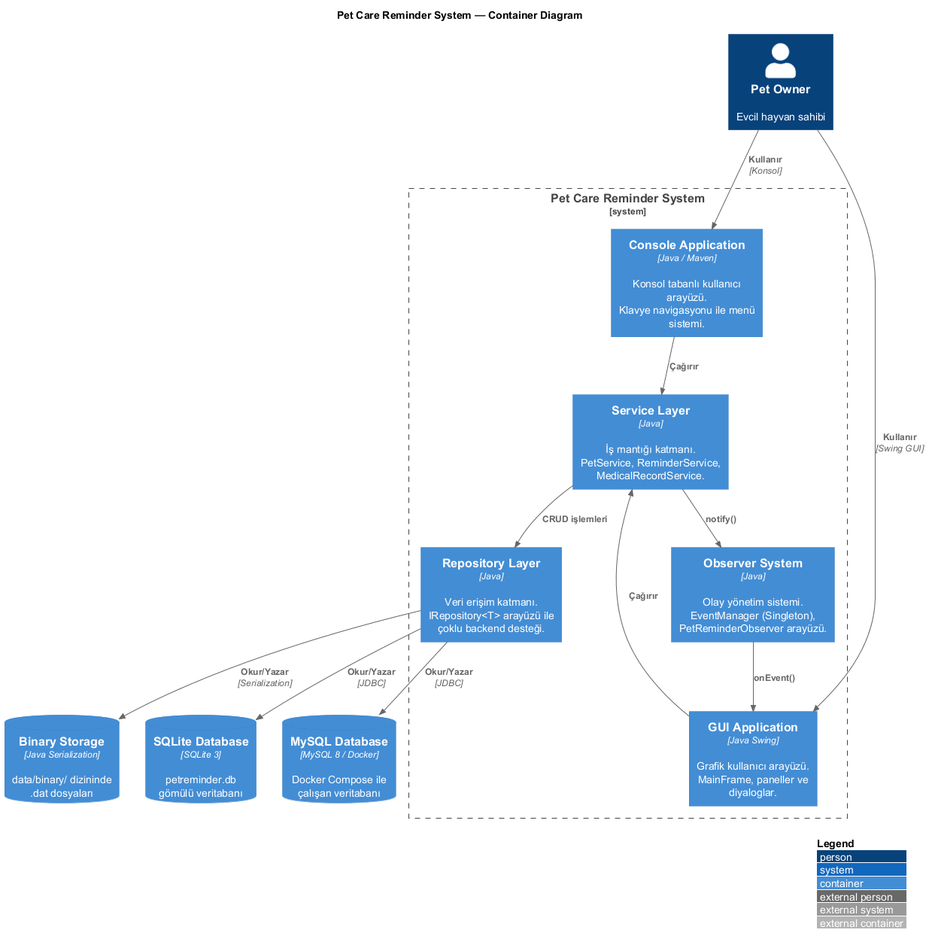
The PlantUML diagram design/c4/C4_Container.png in SecureCypher/cen-206-38-mehdi-karagulle-java, before a commit. Source of this version:
```plantuml
@startuml C4_Container
!include https://raw.githubusercontent.com/plantuml-stdlib/C4-PlantUML/master/C4_Container.puml

LAYOUT_WITH_LEGEND()

title Pet Care Reminder System — Container Diagram

Person(user, "Pet Owner", "Evcil hayvan sahibi")

System_Boundary(petreminder, "Pet Care Reminder System") {
    Container(consoleApp, "Console Application", "Java / Maven", "Konsol tabanlı kullanıcı arayüzü.\nKlavye navigasyonu ile menü sistemi.")
    Container(guiApp, "GUI Application", "Java Swing", "Grafik kullanıcı arayüzü.\nMainFrame, paneller ve diyaloglar.")
    Container(serviceLayer, "Service Layer", "Java", "İş mantığı katmanı.\nPetService, ReminderService,\nMedicalRecordService.")
    Container(repoLayer, "Repository Layer", "Java", "Veri erişim katmanı.\nIRepository<T> arayüzü ile\nçoklu backend desteği.")
    Container(observerSys, "Observer System", "Java", "Olay yönetim sistemi.\nEventManager (Singleton),\nPetReminderObserver arayüzü.")
}

ContainerDb(binaryStore, "Binary Storage", "Java Serialization", "data/binary/ dizininde\n.dat dosyaları")
ContainerDb(sqliteDb, "SQLite Database", "SQLite 3", "petreminder.db\ngömülü veritabanı")
ContainerDb(mysqlDb, "MySQL Database", "MySQL 8 / Docker", "Docker Compose ile\nçalışan veritabanı")

Rel(user, consoleApp, "Kullanır", "Konsol")
Rel(user, guiApp, "Kullanır", "Swing GUI")

Rel(consoleApp, serviceLayer, "Çağırır")
Rel(guiApp, serviceLayer, "Çağırır")

Rel(serviceLayer, repoLayer, "CRUD işlemleri")
Rel(serviceLayer, observerSys, "notify()")

Rel(observerSys, guiApp, "onEvent()")

Rel(repoLayer, binaryStore, "Okur/Yazar", "Serialization")
Rel(repoLayer, sqliteDb, "Okur/Yazar", "JDBC")
Rel(repoLayer, mysqlDb, "Okur/Yazar", "JDBC")

@enduml
```
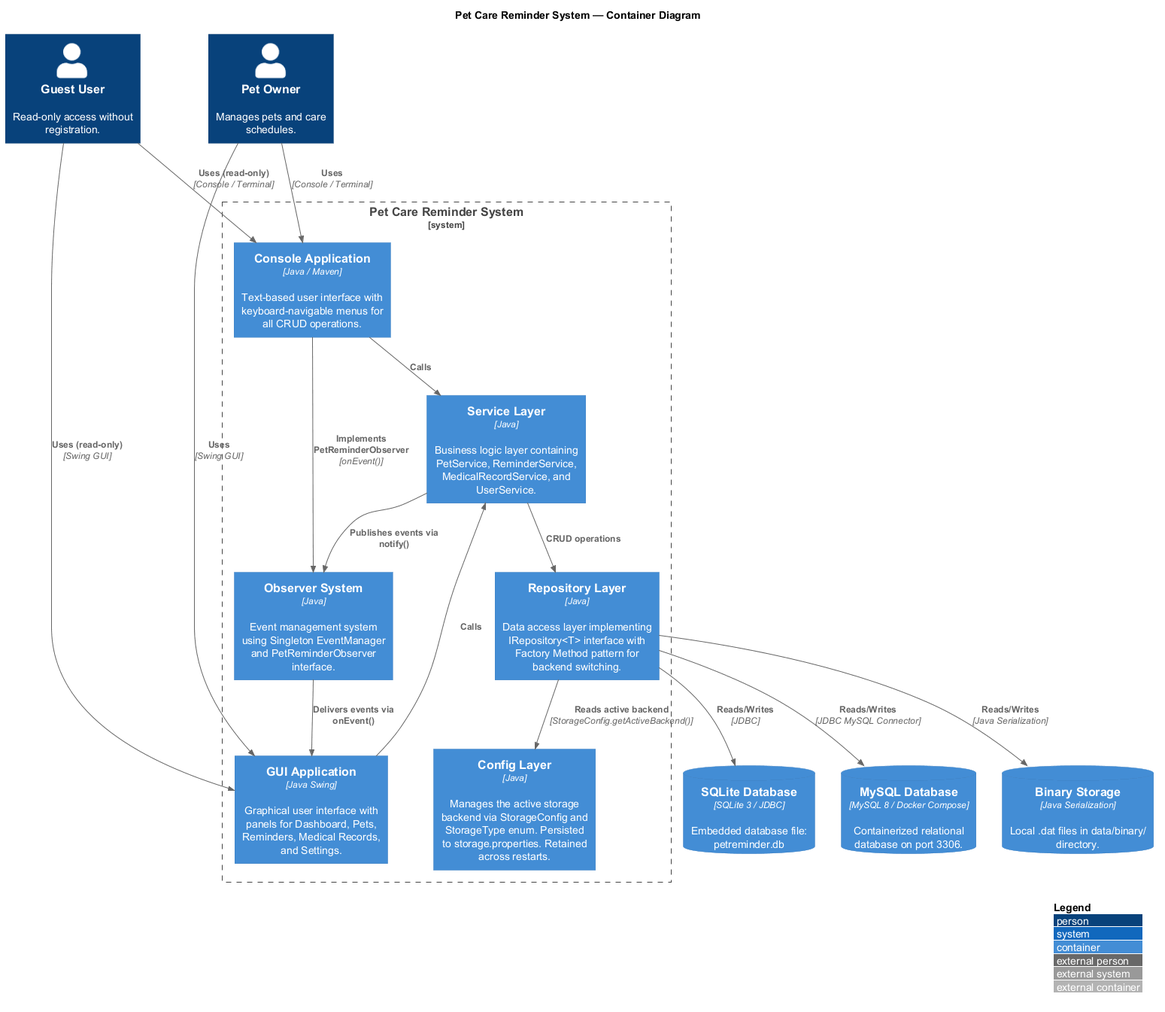
The same diagram one commit later.

Diff of the diagram source:
```diff
@@ -5,33 +5,41 @@
 
 title Pet Care Reminder System — Container Diagram
 
-Person(user, "Pet Owner", "Evcil hayvan sahibi")
+Person(user, "Pet Owner", "Manages pets and care schedules.")
+Person(guest, "Guest User", "Read-only access without registration.")
 
 System_Boundary(petreminder, "Pet Care Reminder System") {
-    Container(consoleApp, "Console Application", "Java / Maven", "Konsol tabanlı kullanıcı arayüzü.\nKlavye navigasyonu ile menü sistemi.")
-    Container(guiApp, "GUI Application", "Java Swing", "Grafik kullanıcı arayüzü.\nMainFrame, paneller ve diyaloglar.")
-    Container(serviceLayer, "Service Layer", "Java", "İş mantığı katmanı.\nPetService, ReminderService,\nMedicalRecordService.")
-    Container(repoLayer, "Repository Layer", "Java", "Veri erişim katmanı.\nIRepository<T> arayüzü ile\nçoklu backend desteği.")
-    Container(observerSys, "Observer System", "Java", "Olay yönetim sistemi.\nEventManager (Singleton),\nPetReminderObserver arayüzü.")
+    Container(consoleApp, "Console Application", "Java / Maven", "Text-based user interface with keyboard-navigable menus for all CRUD operations.")
+    Container(guiApp, "GUI Application", "Java Swing", "Graphical user interface with panels for Dashboard, Pets, Reminders, Medical Records, and Settings.")
+    Container(serviceLayer, "Service Layer", "Java", "Business logic layer containing PetService, ReminderService, MedicalRecordService, and UserService.")
+    Container(repoLayer, "Repository Layer", "Java", "Data access layer implementing IRepository<T> interface with Factory Method pattern for backend switching.")
+    Container(observerSys, "Observer System", "Java", "Event management system using Singleton EventManager and PetReminderObserver interface.")
+    Container(configLayer, "Config Layer", "Java", "Manages the active storage backend via StorageConfig and StorageType enum. Persisted to storage.properties. Retained across restarts.")
 }
 
-ContainerDb(binaryStore, "Binary Storage", "Java Serialization", "data/binary/ dizininde\n.dat dosyaları")
-ContainerDb(sqliteDb, "SQLite Database", "SQLite 3", "petreminder.db\ngömülü veritabanı")
-ContainerDb(mysqlDb, "MySQL Database", "MySQL 8 / Docker", "Docker Compose ile\nçalışan veritabanı")
+ContainerDb(binaryStore, "Binary Storage", "Java Serialization", "Local .dat files in data/binary/ directory.")
+ContainerDb(sqliteDb, "SQLite Database", "SQLite 3 / JDBC", "Embedded database file: petreminder.db")
+ContainerDb(mysqlDb, "MySQL Database", "MySQL 8 / Docker Compose", "Containerized relational database on port 3306.")
 
-Rel(user, consoleApp, "Kullanır", "Konsol")
-Rel(user, guiApp, "Kullanır", "Swing GUI")
+Rel(user, consoleApp, "Uses", "Console / Terminal")
+Rel(user, guiApp, "Uses", "Swing GUI")
+Rel(guest, consoleApp, "Uses (read-only)", "Console / Terminal")
+Rel(guest, guiApp, "Uses (read-only)", "Swing GUI")
 
-Rel(consoleApp, serviceLayer, "Çağırır")
-Rel(guiApp, serviceLayer, "Çağırır")
+Rel(consoleApp, serviceLayer, "Calls")
+Rel(guiApp, serviceLayer, "Calls")
 
-Rel(serviceLayer, repoLayer, "CRUD işlemleri")
-Rel(serviceLayer, observerSys, "notify()")
+Rel(consoleApp, observerSys, "Implements PetReminderObserver", "onEvent()")
 
-Rel(observerSys, guiApp, "onEvent()")
+Rel(serviceLayer, repoLayer, "CRUD operations")
+Rel(serviceLayer, observerSys, "Publishes events via notify()")
 
-Rel(repoLayer, binaryStore, "Okur/Yazar", "Serialization")
-Rel(repoLayer, sqliteDb, "Okur/Yazar", "JDBC")
-Rel(repoLayer, mysqlDb, "Okur/Yazar", "JDBC")
+Rel(observerSys, guiApp, "Delivers events via onEvent()")
+
+Rel(repoLayer, configLayer, "Reads active backend", "StorageConfig.getActiveBackend()")
+
+Rel(repoLayer, binaryStore, "Reads/Writes", "Java Serialization")
+Rel(repoLayer, sqliteDb, "Reads/Writes", "JDBC")
+Rel(repoLayer, mysqlDb, "Reads/Writes", "JDBC MySQL Connector")
 
 @enduml
```
